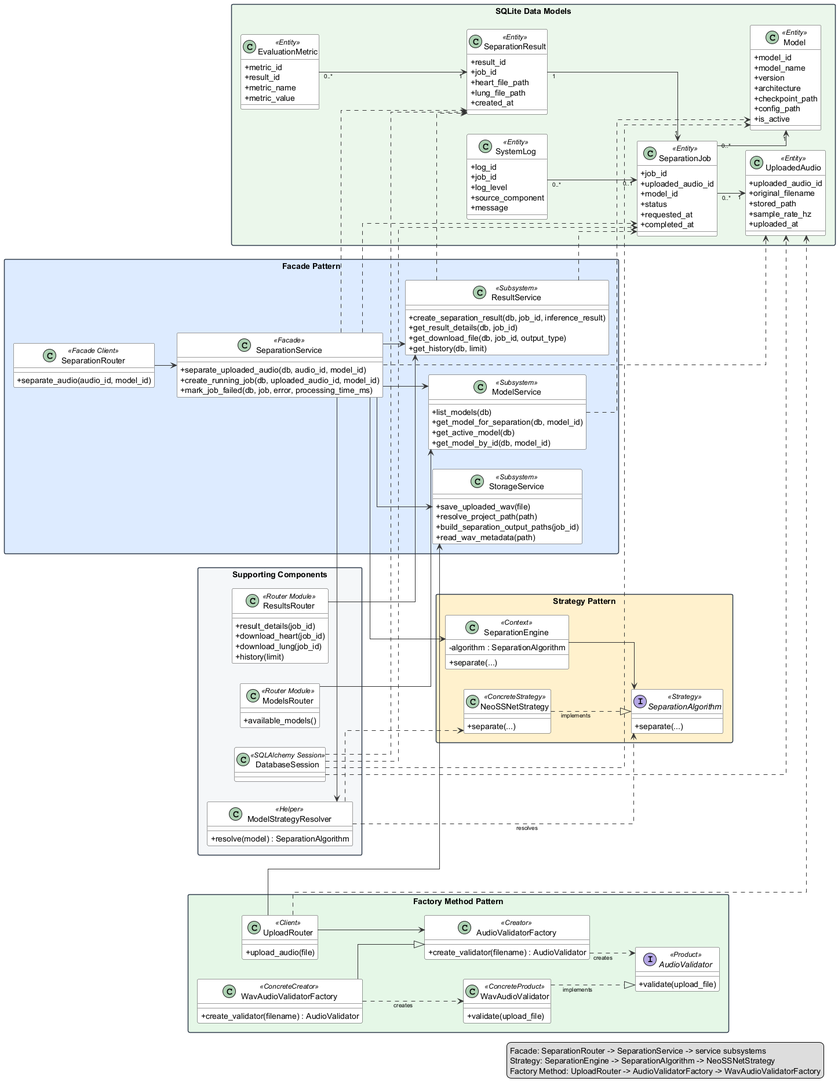
The PlantUML diagram docs/software_design_report/diagrams/img/overall_class_diagram.png in ASHRAF-2004/Machine-Learning-Based-System-for-Cardiopulmonary-Sound-Separation, before a commit.
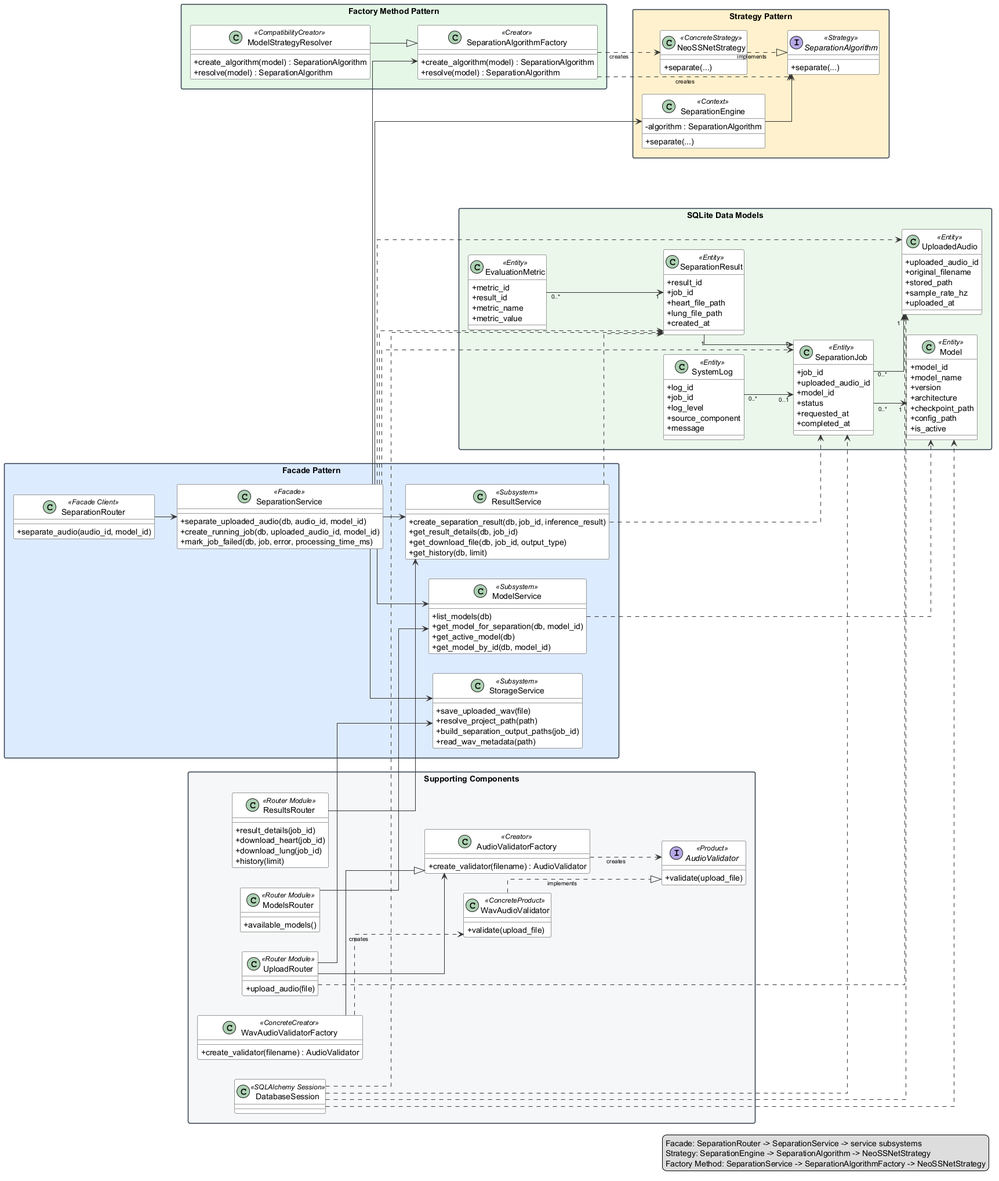
The same file after the commit.

What changed in the source:
```diff
@@ -67,7 +67,32 @@
 }
 
 package "Factory Method Pattern" as FactoryPkg #E4F7E7 {
-  class UploadRouter <<Client>> {
+  class SeparationAlgorithmFactory <<Creator>> {
+    +create_algorithm(model) : SeparationAlgorithm
+    +resolve(model) : SeparationAlgorithm
+  }
+
+  class ModelStrategyResolver <<CompatibilityCreator>> {
+    +create_algorithm(model) : SeparationAlgorithm
+    +resolve(model) : SeparationAlgorithm
+  }
+}
+
+package "Supporting Components" as SupportPkg #F4F6F8 {
+  class ModelsRouter <<Router Module>> {
+    +available_models()
+  }
+
+  class ResultsRouter <<Router Module>> {
+    +result_details(job_id)
+    +download_heart(job_id)
+    +download_lung(job_id)
+    +history(limit)
+  }
+
+  class DatabaseSession <<SQLAlchemy Session>>
+
+  class UploadRouter <<Router Module>> {
     +upload_audio(file)
   }
 
@@ -86,25 +111,6 @@
   class WavAudioValidator <<ConcreteProduct>> {
     +validate(upload_file)
   }
-}
-
-package "Supporting Components" as SupportPkg #F4F6F8 {
-  class ModelsRouter <<Router Module>> {
-    +available_models()
-  }
-
-  class ResultsRouter <<Router Module>> {
-    +result_details(job_id)
-    +download_heart(job_id)
-    +download_lung(job_id)
-    +history(limit)
-  }
-
-  class ModelStrategyResolver <<Helper>> {
-    +resolve(model) : SeparationAlgorithm
-  }
-
-  class DatabaseSession <<SQLAlchemy Session>>
 }
 
 package "SQLite Data Models" as DataPkg #EAF7EA {
@@ -171,7 +177,7 @@
 SeparationService --> ModelService
 SeparationService --> StorageService
 SeparationService --> ResultService
-SeparationService --> ModelStrategyResolver
+SeparationService --> SeparationAlgorithmFactory
 SeparationService --> SeparationEngine
 SeparationService ..> UploadedAudio
 SeparationService ..> SeparationJob
@@ -179,8 +185,9 @@
 
 SeparationEngine --> SeparationAlgorithm
 NeoSSNetStrategy ..|> SeparationAlgorithm : implements
-ModelStrategyResolver ..> SeparationAlgorithm : resolves
-ModelStrategyResolver ..> NeoSSNetStrategy
+ModelStrategyResolver --|> SeparationAlgorithmFactory
+SeparationAlgorithmFactory ..> SeparationAlgorithm : creates
+SeparationAlgorithmFactory ..> NeoSSNetStrategy : creates
 
 ModelsRouter --> ModelService
 ResultsRouter --> ResultService
@@ -202,7 +209,7 @@
 legend right
   Facade: SeparationRouter -> SeparationService -> service subsystems
   Strategy: SeparationEngine -> SeparationAlgorithm -> NeoSSNetStrategy
-  Factory Method: UploadRouter -> AudioValidatorFactory -> WavAudioValidatorFactory
+  Factory Method: SeparationService -> SeparationAlgorithmFactory -> NeoSSNetStrategy
 endlegend
 
 @enduml
```
